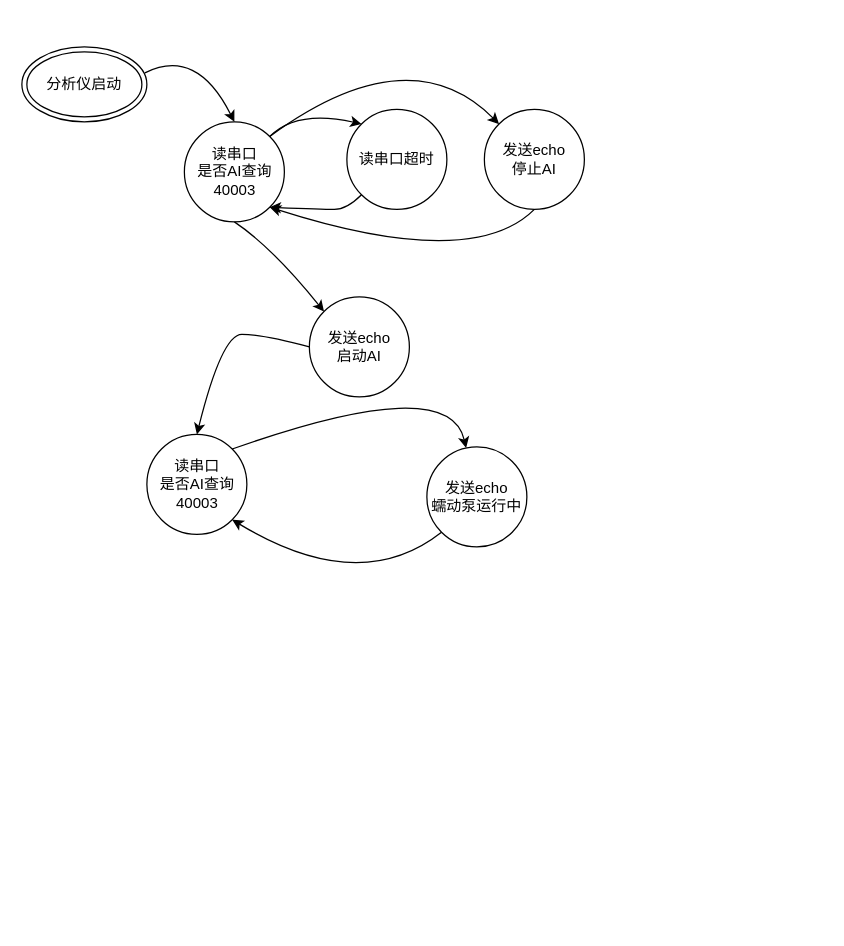
roocoding/my_todo keeps this draw.io diagram as page "Page-3" (3 of 3) of stage-machine.drawio. Above is the earlier version. Source tidied: cells renumbered, new cells numbered last; positions are measured from the earlier drawing's top-left corner, leaving out a move shared by most shapes. Both pictures are drawn from the tidied source at 125%, with x=0, y=0 at pixel (21, 34).
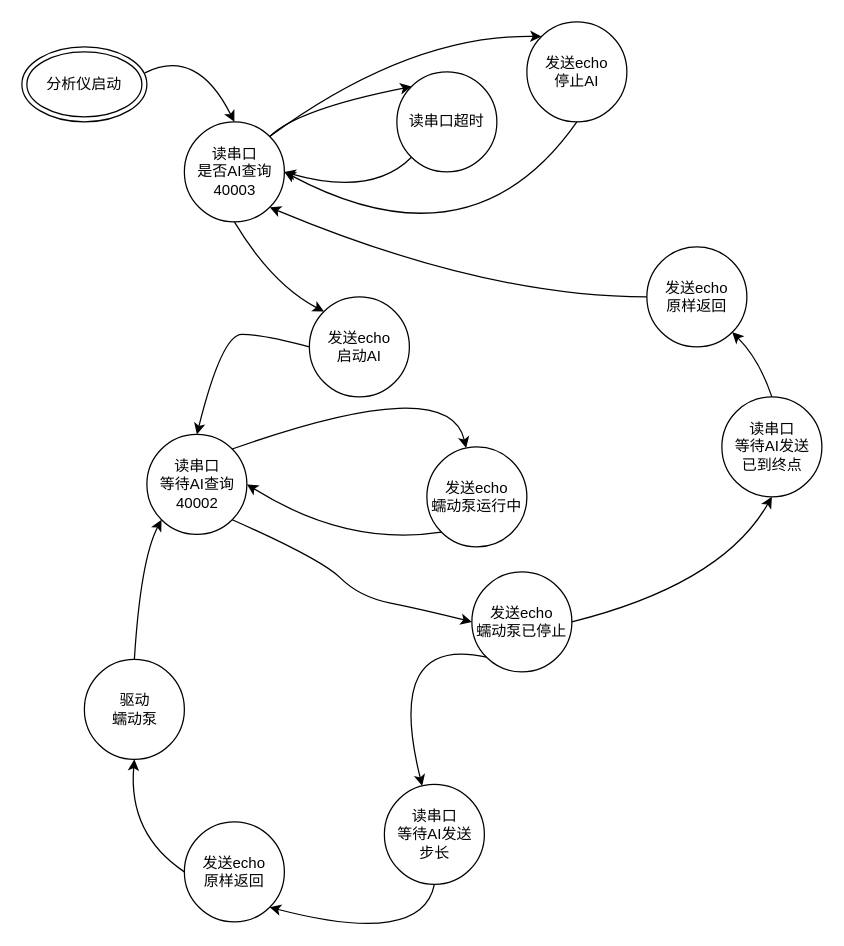
After the change.

The change refers to these unchanged cells:
```xml
<mxCell id="3" value="读串口&lt;br&gt;是否AI查询&lt;br&gt;40003" style="shape=ellipse;html=1;dashed=0;whitespace=wrap;perimeter=ellipsePerimeter;" parent="1" vertex="1">
  <mxGeometry x="130" y="70" width="80" height="80" as="geometry" />
</mxCell>
<mxCell id="5" value="发送echo&lt;br&gt;启动AI" style="ellipse;whiteSpace=wrap;html=1;" parent="1" vertex="1">
  <mxGeometry x="230" y="210" width="80" height="80" as="geometry" />
</mxCell>
<mxCell id="15" value="发送echo&lt;br&gt;蠕动泵运行中" style="ellipse;whiteSpace=wrap;html=1;" parent="1" vertex="1">
  <mxGeometry x="324" y="330" width="80" height="80" as="geometry" />
</mxCell>
```

What changed in the source:
```diff
@@
     <mxCell id="4" value="发送echo&lt;br&gt;停止AI" style="ellipse;whiteSpace=wrap;html=1;" parent="1" vertex="1">
-      <mxGeometry x="370" y="60" width="80" height="80" as="geometry" />
+      <mxGeometry x="404" y="-10" width="80" height="80" as="geometry" />
     </mxCell>
@@
     <mxCell id="6" value="读串口超时" style="ellipse;whiteSpace=wrap;html=1;" parent="1" vertex="1">
-      <mxGeometry x="260" y="60" width="80" height="80" as="geometry" />
+      <mxGeometry x="300" y="30" width="80" height="80" as="geometry" />
     </mxCell>
@@
-    <mxCell id="9" style="curved=1;endArrow=none;html=1;rounded=0;exitX=1;exitY=1;exitDx=0;exitDy=0;startArrow=classic;startFill=1;endFill=0;entryX=0;entryY=1;entryDx=0;entryDy=0;" parent="1" edge="1" source="3" target="6">
+    <mxCell id="9" style="curved=1;endArrow=none;html=1;rounded=0;exitX=1;exitY=0.5;exitDx=0;exitDy=0;startArrow=classic;startFill=1;endFill=0;entryX=0;entryY=1;entryDx=0;entryDy=0;" parent="1" edge="1" source="3" target="6">
       <mxGeometry relative="1" as="geometry">
         <Array as="points">
-          <mxPoint x="240" y="140" />
-          <mxPoint x="260" y="140" />
+          <mxPoint x="280" y="130" />
         </Array>
       </mxGeometry>
     </mxCell>
@@
-    <mxCell id="11" style="curved=1;endArrow=none;html=1;rounded=0;exitX=1;exitY=1;exitDx=0;exitDy=0;shadow=0;startArrow=classic;startFill=1;endFill=0;entryX=0.5;entryY=1;entryDx=0;entryDy=0;" parent="1" edge="1" source="3" target="4">
+    <mxCell id="11" style="curved=1;endArrow=none;html=1;rounded=0;exitX=1;exitY=0.5;exitDx=0;exitDy=0;shadow=0;startArrow=classic;startFill=1;endFill=0;entryX=0.5;entryY=1;entryDx=0;entryDy=0;" parent="1" edge="1" source="3" target="4">
       <mxGeometry relative="1" as="geometry">
         <Array as="points">
           <mxPoint x="360" y="190" />
         </Array>
       </mxGeometry>
     </mxCell>
     <mxCell id="12" style="curved=1;endArrow=classic;html=1;rounded=0;entryX=0;entryY=0;entryDx=0;entryDy=0;exitX=0.5;exitY=1;exitDx=0;exitDy=0;" parent="1" edge="1" source="3" target="5">
       <mxGeometry relative="1" as="geometry">
         <Array as="points">
-          <mxPoint x="200" y="170" />
+          <mxPoint x="200" y="200" />
         </Array>
       </mxGeometry>
     </mxCell>
-    <mxCell id="13" value="读串口&lt;br&gt;是否AI查询&lt;br&gt;40003" style="shape=ellipse;html=1;dashed=0;whitespace=wrap;perimeter=ellipsePerimeter;" parent="1" vertex="1">
+    <mxCell id="13" value="读串口&lt;br&gt;等待AI查询&lt;br&gt;40002" style="shape=ellipse;html=1;dashed=0;whitespace=wrap;perimeter=ellipsePerimeter;" parent="1" vertex="1">
       <mxGeometry x="100" y="320" width="80" height="80" as="geometry" />
     </mxCell>
@@
-    <mxCell id="17" style="curved=1;endArrow=none;html=1;rounded=0;exitX=1;exitY=1;exitDx=0;exitDy=0;shadow=0;startArrow=classic;startFill=1;endFill=0;entryX=0;entryY=1;entryDx=0;entryDy=0;" parent="1" edge="1" source="13" target="15">
+    <mxCell id="17" style="curved=1;endArrow=none;html=1;rounded=0;exitX=1;exitY=0.5;exitDx=0;exitDy=0;shadow=0;startArrow=classic;startFill=1;endFill=0;entryX=0;entryY=1;entryDx=0;entryDy=0;" parent="1" edge="1" source="13" target="15">
       <mxGeometry relative="1" as="geometry">
         <Array as="points">
-          <mxPoint x="270" y="450" />
+          <mxPoint x="260" y="410" />
         </Array>
       </mxGeometry>
     </mxCell>
+    <mxCell id="18" value="发送echo&lt;br&gt;蠕动泵已停止" style="ellipse;whiteSpace=wrap;html=1;" parent="1" vertex="1">
+      <mxGeometry x="360" y="430" width="80" height="80" as="geometry" />
+    </mxCell>
+    <mxCell id="19" style="curved=1;endArrow=classic;html=1;rounded=0;exitX=1;exitY=1;exitDx=0;exitDy=0;entryX=0;entryY=0.5;entryDx=0;entryDy=0;" parent="1" edge="1" source="13" target="18">
+      <mxGeometry relative="1" as="geometry">
+        <Array as="points">
+          <mxPoint x="240" y="420" />
+          <mxPoint x="270" y="450" />
+          <mxPoint x="320" y="460" />
+        </Array>
+      </mxGeometry>
+    </mxCell>
+    <mxCell id="20" value="读串口&lt;br&gt;等待AI发送&lt;br&gt;步长" style="shape=ellipse;html=1;dashed=0;whitespace=wrap;perimeter=ellipsePerimeter;" parent="1" vertex="1">
+      <mxGeometry x="290" y="600" width="80" height="80" as="geometry" />
+    </mxCell>
+    <mxCell id="21" style="curved=1;endArrow=none;html=1;rounded=0;shadow=0;startArrow=classic;startFill=1;endFill=0;entryX=0;entryY=1;entryDx=0;entryDy=0;" parent="1" edge="1" source="20" target="18">
+      <mxGeometry relative="1" as="geometry">
+        <Array as="points">
+          <mxPoint x="290" y="480" />
+        </Array>
+      </mxGeometry>
+    </mxCell>
+    <mxCell id="22" value="发送echo&lt;br&gt;原样返回" style="ellipse;whiteSpace=wrap;html=1;" parent="1" vertex="1">
+      <mxGeometry x="130" y="630" width="80" height="80" as="geometry" />
+    </mxCell>
+    <mxCell id="23" style="curved=1;endArrow=classic;html=1;rounded=0;exitX=0.5;exitY=1;exitDx=0;exitDy=0;entryX=1;entryY=1;entryDx=0;entryDy=0;" parent="1" edge="1" source="20" target="22">
+      <mxGeometry relative="1" as="geometry">
+        <Array as="points">
+          <mxPoint x="320" y="730" />
+        </Array>
+      </mxGeometry>
+    </mxCell>
+    <mxCell id="24" value="读串口&lt;br&gt;等待AI发送&lt;br&gt;已到终点" style="shape=ellipse;html=1;dashed=0;whitespace=wrap;perimeter=ellipsePerimeter;" parent="1" vertex="1">
+      <mxGeometry x="560" y="290" width="80" height="80" as="geometry" />
+    </mxCell>
+    <mxCell id="25" style="curved=1;endArrow=none;html=1;rounded=0;shadow=0;startArrow=classic;startFill=1;endFill=0;entryX=1;entryY=0.5;entryDx=0;entryDy=0;exitX=0.5;exitY=1;exitDx=0;exitDy=0;" parent="1" edge="1" source="24" target="18">
+      <mxGeometry relative="1" as="geometry">
+        <Array as="points">
+          <mxPoint x="560" y="440" />
+        </Array>
+      </mxGeometry>
+    </mxCell>
+    <mxCell id="26" style="curved=1;endArrow=classic;html=1;rounded=0;entryX=1;entryY=1;entryDx=0;entryDy=0;exitX=0;exitY=0.5;exitDx=0;exitDy=0;" parent="1" edge="1" source="27" target="3">
+      <mxGeometry relative="1" as="geometry">
+        <Array as="points">
+          <mxPoint x="370" y="210" />
+        </Array>
+      </mxGeometry>
+    </mxCell>
+    <mxCell id="27" value="发送echo&lt;br&gt;原样返回" style="ellipse;whiteSpace=wrap;html=1;" parent="1" vertex="1">
+      <mxGeometry x="500" y="170" width="80" height="80" as="geometry" />
+    </mxCell>
+    <mxCell id="28" style="curved=1;endArrow=classic;html=1;rounded=0;entryX=1;entryY=1;entryDx=0;entryDy=0;exitX=0.5;exitY=0;exitDx=0;exitDy=0;" parent="1" edge="1" source="24" target="27">
+      <mxGeometry relative="1" as="geometry">
+        <Array as="points">
+          <mxPoint x="590" y="260" />
+        </Array>
+      </mxGeometry>
+    </mxCell>
+    <mxCell id="29" value="驱动&lt;br&gt;蠕动泵" style="shape=ellipse;html=1;dashed=0;whitespace=wrap;perimeter=ellipsePerimeter;" parent="1" vertex="1">
+      <mxGeometry x="50" y="500" width="80" height="80" as="geometry" />
+    </mxCell>
+    <mxCell id="30" style="curved=1;endArrow=classic;html=1;rounded=0;entryX=0.5;entryY=1;entryDx=0;entryDy=0;exitX=0;exitY=0.5;exitDx=0;exitDy=0;" parent="1" edge="1" source="22" target="29">
+      <mxGeometry relative="1" as="geometry">
+        <Array as="points">
+          <mxPoint x="85" y="640" />
+        </Array>
+      </mxGeometry>
+    </mxCell>
+    <mxCell id="31" style="curved=1;endArrow=classic;html=1;rounded=0;entryX=0;entryY=1;entryDx=0;entryDy=0;exitX=0.5;exitY=0;exitDx=0;exitDy=0;" parent="1" edge="1" source="29" target="13">
+      <mxGeometry relative="1" as="geometry">
+        <Array as="points">
+          <mxPoint x="95" y="420" />
+        </Array>
+      </mxGeometry>
+    </mxCell>
```
